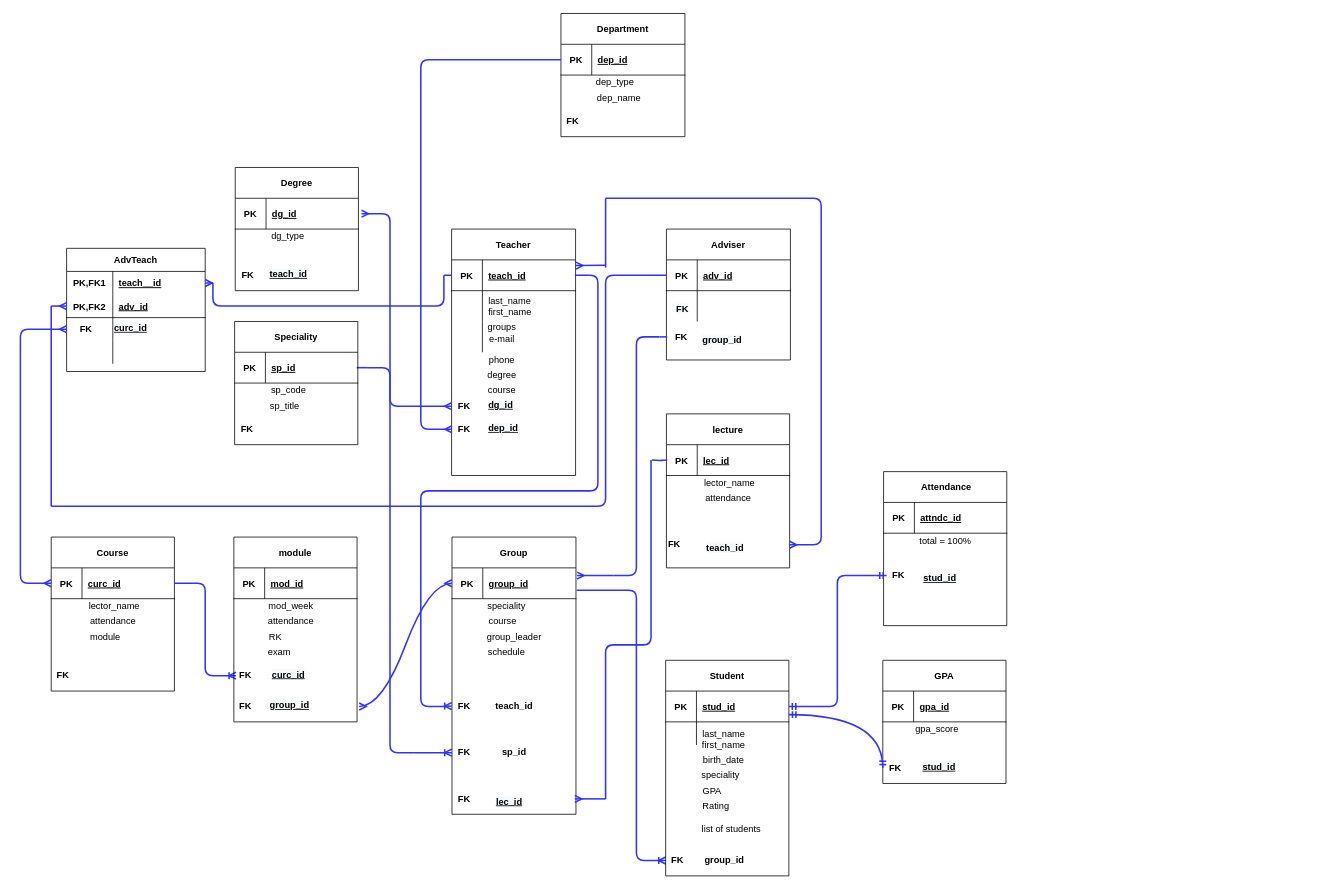
This is DB relationship entity.drawio from aselleon/cubefiction, a draw.io file, before an edit. Source tidied: cells renumbered, new cells numbered last; positions are measured from the earlier drawing's top-left corner, leaving out a move shared by most shapes. Both pictures are drawn from the tidied source at 77%, with x=0, y=0 at pixel (20, 13).
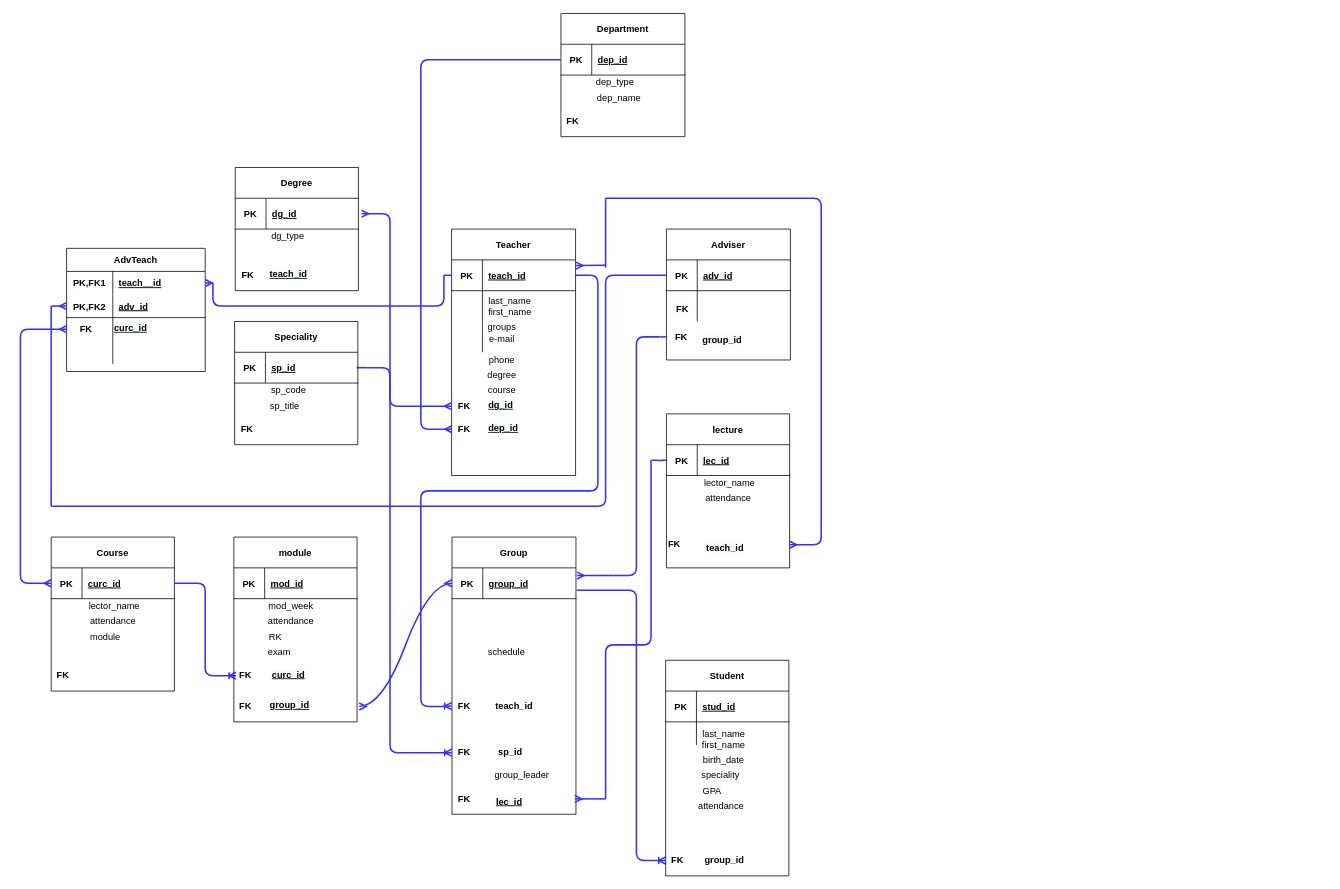
The same page after the edit.

Unchanged cells that the change refers to:
```xml
<mxCell id="63" style="shape=partialRectangle;fillColor=none;points=[[0,0.5],[1,0.5]];portConstraint=eastwest;top=0;left=0;right=0;bottom=1;" parent="62" vertex="1">
  <mxGeometry y="40" width="160" height="40" as="geometry" />
</mxCell>
```

Change to the diagram source:
```diff
@@
-    <mxCell id="7" value="Rating" style="text;html=1;align=center;verticalAlign=middle;" parent="1" vertex="1">
-      <mxGeometry x="878" y="1020" width="50" height="20" as="geometry" />
+    <mxCell id="7" value="&amp;nbsp; &amp;nbsp; attendance" style="text;html=1;align=center;verticalAlign=middle;" parent="1" vertex="1">
+      <mxGeometry x="858" y="1020" width="90" height="20" as="geometry" />
     </mxCell>
-    <mxCell id="8" value="speciality" style="text;html=1;align=center;verticalAlign=middle;" parent="1" vertex="1">
-      <mxGeometry x="600.5" y="760" width="60" height="20" as="geometry" />
-    </mxCell>
-    <mxCell id="9" value="course" style="text;html=1;align=center;verticalAlign=middle;" parent="1" vertex="1">
-      <mxGeometry x="600.5" y="780" width="50" height="20" as="geometry" />
-    </mxCell>
     <mxCell id="10" value="group_leader" style="text;html=1;align=center;verticalAlign=middle;" parent="1" vertex="1">
-      <mxGeometry x="595.5" y="800" width="90" height="20" as="geometry" />
+      <mxGeometry x="606" y="980" width="90" height="20" as="geometry" />
     </mxCell>
@@
     <mxCell id="57" value="&lt;b&gt;sp_id&lt;/b&gt;" style="text;html=1;align=center;verticalAlign=middle;" parent="1" vertex="1">
-      <mxGeometry x="616" y="950" width="50" height="20" as="geometry" />
+      <mxGeometry x="610.5" y="950" width="50" height="20" as="geometry" />
     </mxCell>
@@
-    <mxCell id="107" value="list of students" style="text;html=1;align=center;verticalAlign=middle;" parent="1" vertex="1">
-      <mxGeometry x="878" y="1050" width="90" height="20" as="geometry" />
-    </mxCell>
@@
-    <mxCell id="119" value="gpa_score" style="text;html=1;align=center;verticalAlign=middle;" parent="1" vertex="1">
-      <mxGeometry x="1155" y="920" width="70" height="20" as="geometry" />
-    </mxCell>
-    <mxCell id="120" value="&lt;b&gt;FK&lt;/b&gt;" style="text;html=1;align=center;verticalAlign=middle;" parent="1" vertex="1">
-      <mxGeometry x="1121" y="970" width="30" height="20" as="geometry" />
-    </mxCell>
-    <mxCell id="121" value="GPA" style="shape=table;startSize=40;childLayout=tableLayout;rowLines=0;fontStyle=1;align=center;" parent="1" vertex="1">
-      <mxGeometry x="1120" y="840" width="160" height="160" as="geometry" />
-    </mxCell>
-    <mxCell id="122" style="shape=partialRectangle;fillColor=none;points=[[0,0.5],[1,0.5]];portConstraint=eastwest;top=0;left=0;right=0;bottom=1;" parent="121" vertex="1">
-      <mxGeometry y="40" width="160" height="40" as="geometry" />
-    </mxCell>
-    <mxCell id="123" value="PK" style="shape=partialRectangle;overflow=hidden;fillColor=none;top=0;left=0;bottom=0;right=0;fontStyle=1;" parent="122" vertex="1">
-      <mxGeometry width="40" height="40" as="geometry" />
-    </mxCell>
-    <mxCell id="124" value="gpa_id" style="shape=partialRectangle;overflow=hidden;fillColor=none;top=0;left=0;bottom=0;right=0;align=left;spacingLeft=6;fontStyle=5;" parent="122" vertex="1">
-      <mxGeometry x="40" width="120" height="40" as="geometry" />
-    </mxCell>
-    <mxCell id="125" style="edgeStyle=orthogonalEdgeStyle;rounded=0;orthogonalLoop=1;jettySize=auto;html=1;exitX=1;exitY=0.5;exitDx=0;exitDy=0;" parent="121" edge="1" source="122" target="122">
-      <mxGeometry relative="1" as="geometry" />
-    </mxCell>
-    <mxCell id="126" value="&lt;span style=&quot;color: rgb(0, 0, 0); font-family: helvetica; font-size: 12px; font-style: normal; font-weight: 700; letter-spacing: normal; text-align: left; text-indent: 0px; text-transform: none; word-spacing: 0px; background-color: rgb(248, 249, 250); text-decoration: underline; display: inline; float: none;&quot;&gt;stud_id&lt;/span&gt;" style="text;whiteSpace=wrap;html=1;" parent="1" vertex="1">
-      <mxGeometry x="1170" y="965" width="70" height="30" as="geometry" />
-    </mxCell>
-    <mxCell id="127" style="edgeStyle=orthogonalEdgeStyle;fontSize=12;html=1;endArrow=ERmandOne;startArrow=ERmandOne;strokeColor=#3333FF;strokeWidth=2;entryX=1.001;entryY=0.764;entryDx=0;entryDy=0;entryPerimeter=0;curved=1;" parent="1" edge="1" target="63">
-      <mxGeometry relative="1" as="geometry">
-        <mxPoint x="1120" y="980" as="sourcePoint" />
-      </mxGeometry>
-    </mxCell>
-    <mxCell id="128" value="total = 100%" style="text;html=1;align=center;verticalAlign=middle;" parent="1" vertex="1">
-      <mxGeometry x="1161" y="675" width="80" height="20" as="geometry" />
-    </mxCell>
-    <mxCell id="129" value="&lt;b&gt;FK&lt;/b&gt;" style="text;html=1;align=center;verticalAlign=middle;points=[];" parent="1" vertex="1">
-      <mxGeometry x="1125" y="720" width="30" height="20" as="geometry" />
-    </mxCell>
-    <mxCell id="130" value=" Attendance" style="shape=table;startSize=40;childLayout=tableLayout;rowLines=0;fontStyle=1;align=center;" parent="1" vertex="1">
-      <mxGeometry x="1121" y="595" width="160" height="200" as="geometry" />
-    </mxCell>
-    <mxCell id="131" style="shape=partialRectangle;fillColor=none;top=0;left=0;right=0;bottom=1;" parent="130" vertex="1">
-      <mxGeometry y="40" width="160" height="40" as="geometry" />
-    </mxCell>
-    <mxCell id="132" value="PK" style="shape=partialRectangle;overflow=hidden;fillColor=none;top=0;left=0;bottom=0;right=0;fontStyle=1;" parent="131" vertex="1">
-      <mxGeometry width="40" height="40" as="geometry" />
-    </mxCell>
-    <mxCell id="133" value="attndc_id" style="shape=partialRectangle;overflow=hidden;fillColor=none;top=0;left=0;bottom=0;right=0;align=left;spacingLeft=6;fontStyle=5;" parent="131" vertex="1">
-      <mxGeometry x="40" width="120" height="40" as="geometry" />
-    </mxCell>
-    <mxCell id="134" style="edgeStyle=orthogonalEdgeStyle;rounded=0;orthogonalLoop=1;jettySize=auto;html=1;exitX=1;exitY=0.5;exitDx=0;exitDy=0;" parent="130" edge="1">
-      <mxGeometry relative="1" as="geometry">
-        <mxPoint x="567" y="-250" as="sourcePoint" />
-        <mxPoint x="567" y="-250" as="targetPoint" />
-      </mxGeometry>
-    </mxCell>
-    <mxCell id="135" style="edgeStyle=elbowEdgeStyle;fontSize=12;html=1;endArrow=ERmandOne;startArrow=ERmandOne;strokeColor=#3333FF;strokeWidth=2;rounded=1;exitX=1;exitY=0.5;exitDx=0;exitDy=0;" parent="1" edge="1" source="63" target="129">
-      <mxGeometry relative="1" as="geometry">
-        <Array as="points">
-          <mxPoint x="1061" y="900" />
-        </Array>
-      </mxGeometry>
-    </mxCell>
-    <mxCell id="136" value="&lt;span style=&quot;color: rgb(0, 0, 0); font-family: helvetica; font-size: 12px; font-style: normal; font-weight: 700; letter-spacing: normal; text-align: left; text-indent: 0px; text-transform: none; word-spacing: 0px; background-color: rgb(248, 249, 250); text-decoration: underline; display: inline; float: none;&quot;&gt;stud_id&lt;/span&gt;" style="text;whiteSpace=wrap;html=1;" parent="1" vertex="1">
-      <mxGeometry x="1171" y="720" width="70" height="30" as="geometry" />
-    </mxCell>
```
